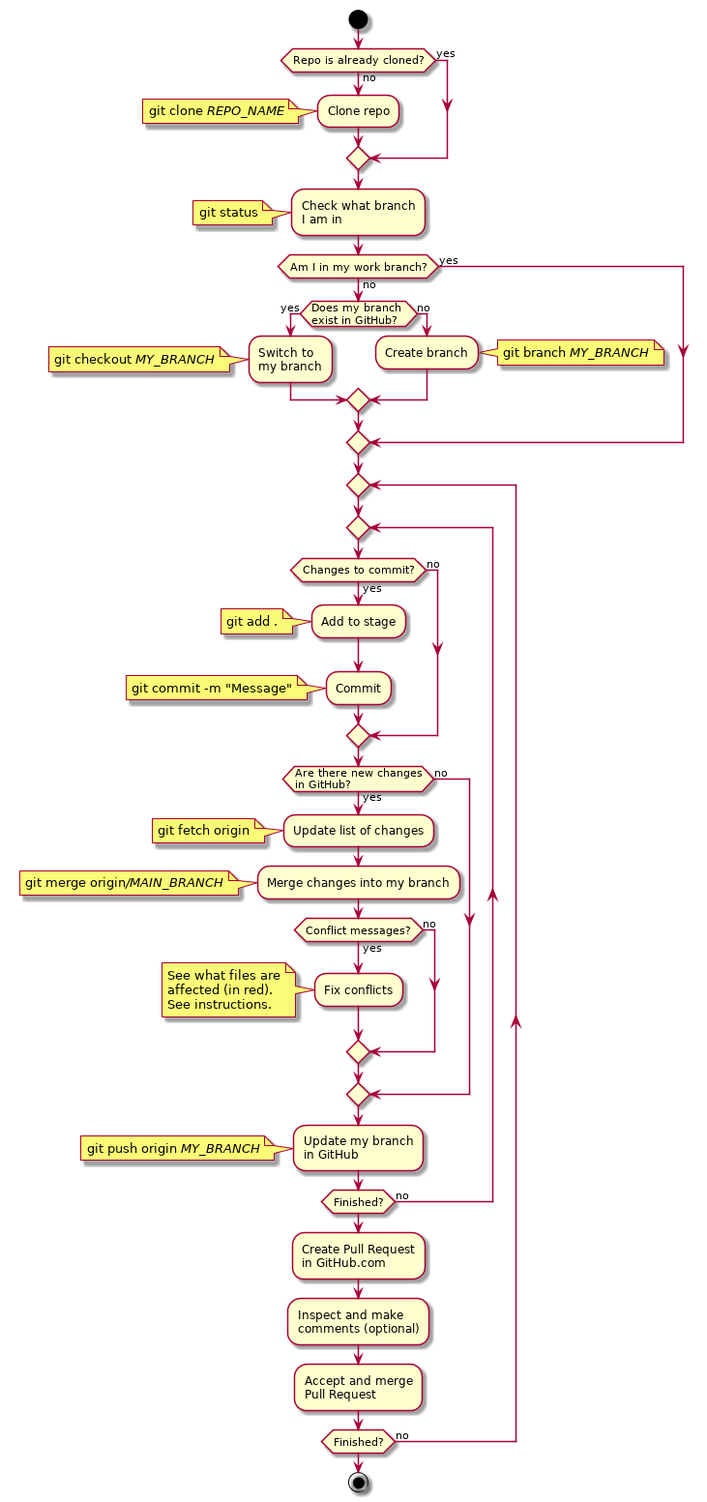
This is images/git_workflow.png from interfacesweb/interfacesweb.github.io, a PlantUML export, as it was before one commit.
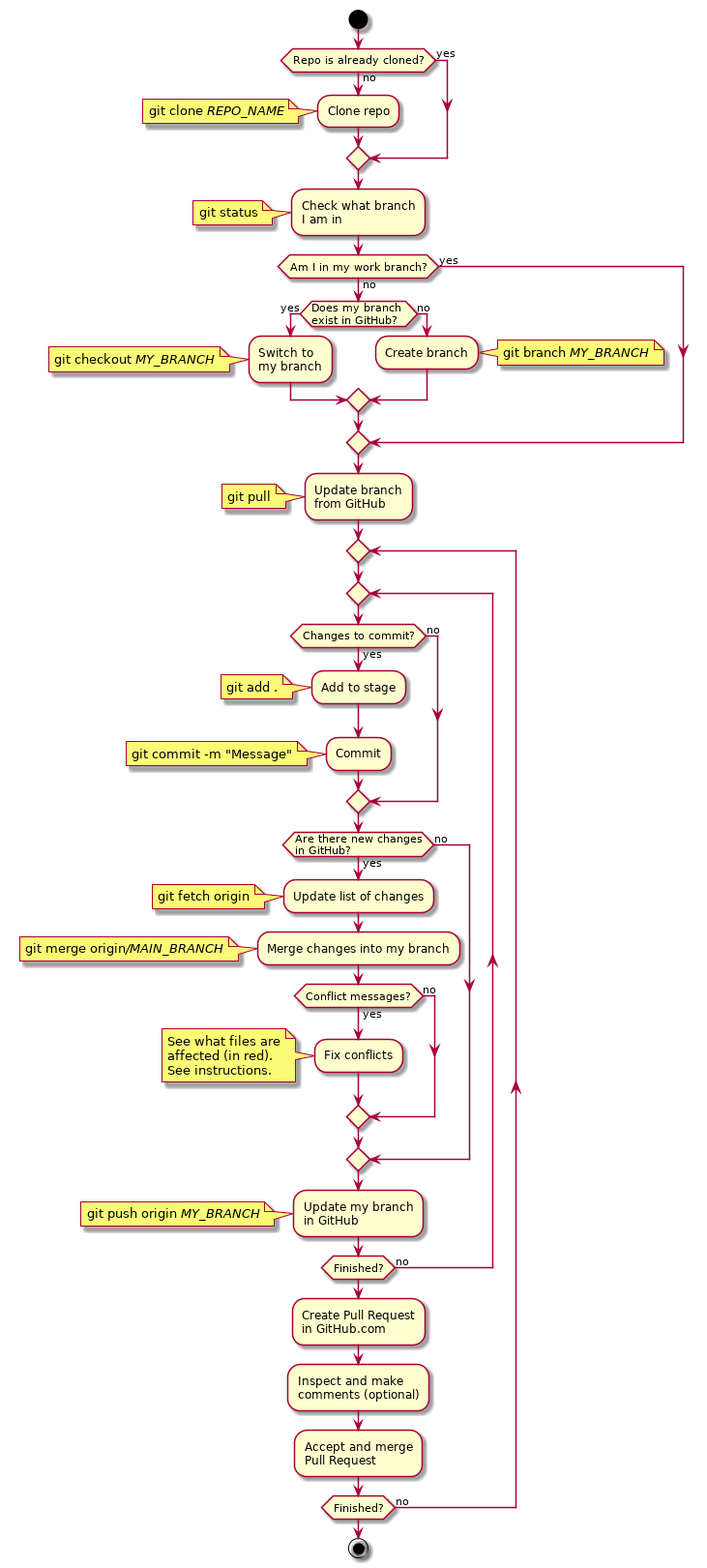
The same diagram one commit later.

Commit message:
Imagen Git modificada.

Change to the diagram source:
```diff
@@ -29,6 +29,11 @@
 endif
 else (yes)
 endif
+:Update branch
+from GitHub;
+note left
+  git pull
+end note
 
 repeat
 repeat
```
